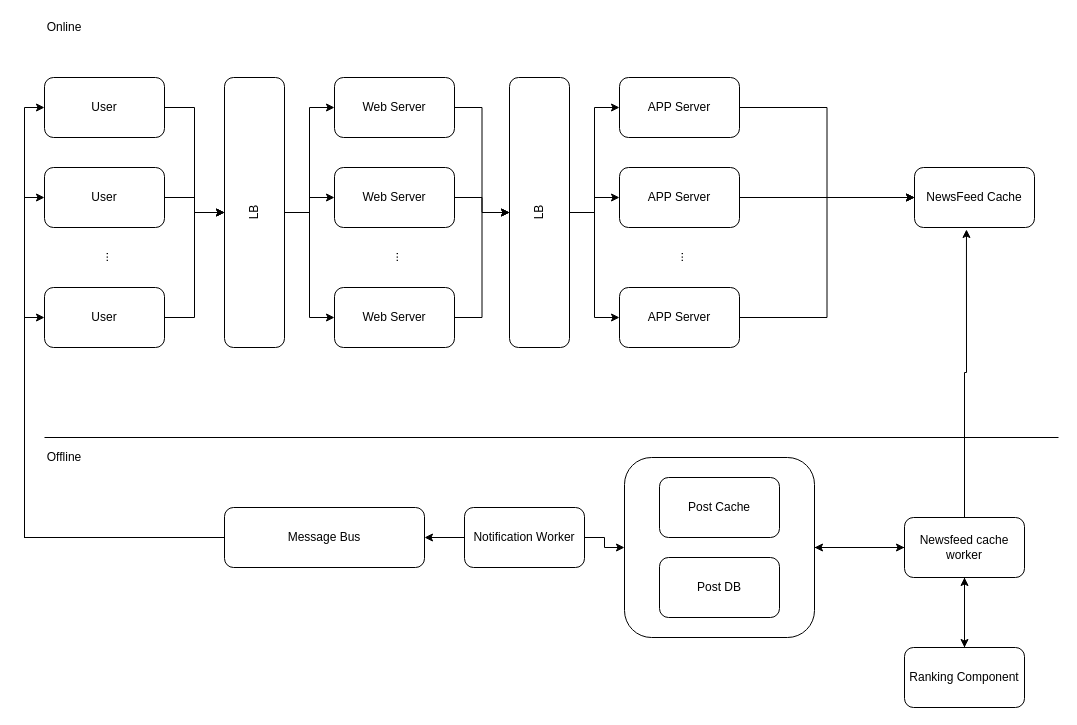
This is drawios/Facebook Newsfeed.drawio from whmou/component-archs, a draw.io file, before an edit. Source tidied: cells renumbered, new cells numbered last; positions are measured from the earlier drawing's top-left corner, leaving out a move shared by most shapes. Both pictures are drawn from the tidied source at 100%, with x=0, y=0 at pixel (44, 17).
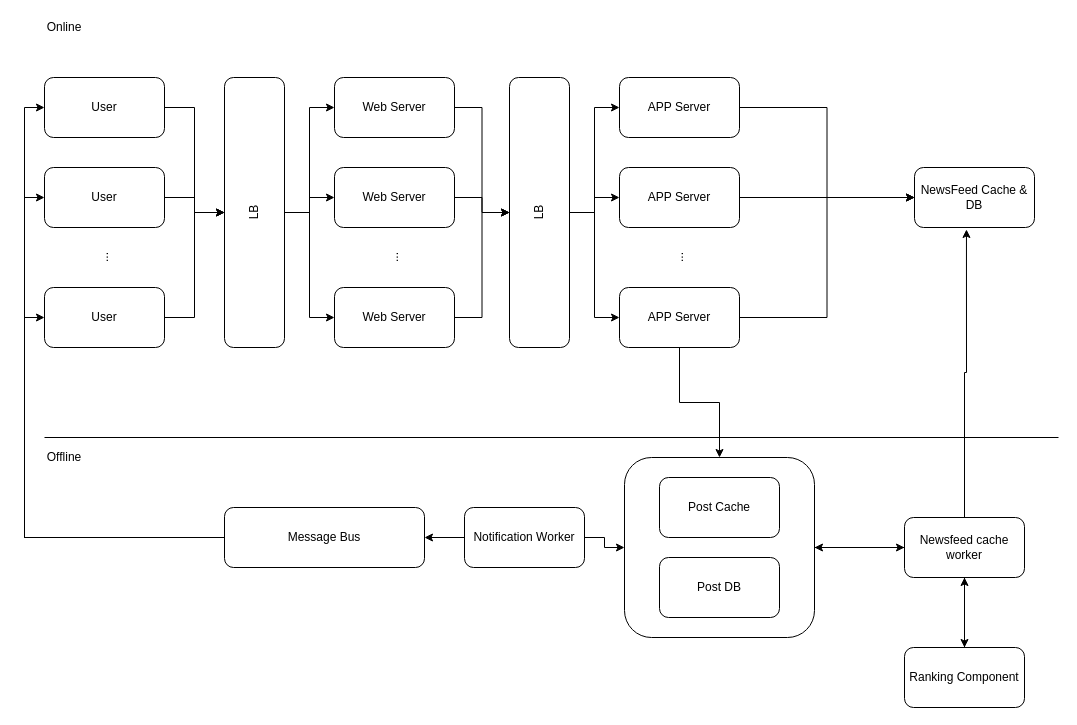
Above is the later version.

The change refers to these unchanged cells:
```xml
<mxCell id="3" style="rounded=1;whiteSpace=wrap;html=1;" parent="1" vertex="1">
  <mxGeometry x="580" y="440" width="190" height="180" as="geometry" />
</mxCell>
<mxCell id="31" value="APP Server" style="rounded=1;whiteSpace=wrap;html=1;" parent="1" vertex="1">
  <mxGeometry x="575" y="270" width="120" height="60" as="geometry" />
</mxCell>
```

Change to the diagram source:
```diff
@@
+    <mxCell id="52" style="edgeStyle=orthogonalEdgeStyle;rounded=0;jettySize=auto;html=1;" parent="1" edge="1" source="31" target="3">
+      <mxGeometry relative="1" as="geometry" />
+    </mxCell>
@@
-    <mxCell id="33" value="NewsFeed Cache" style="rounded=1;whiteSpace=wrap;html=1;" parent="1" vertex="1">
+    <mxCell id="33" value="NewsFeed Cache &amp;amp; DB" style="rounded=1;whiteSpace=wrap;html=1;" parent="1" vertex="1">
       <mxGeometry x="870" y="150" width="120" height="60" as="geometry" />
     </mxCell>
```
